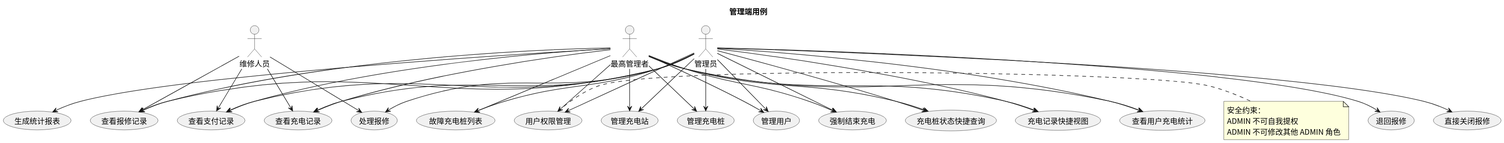
Before: usecase/docs/overview/img/admin_usecases.svg, a diagram exported from PlantUML (greenhandzdl/charging-station-doc).
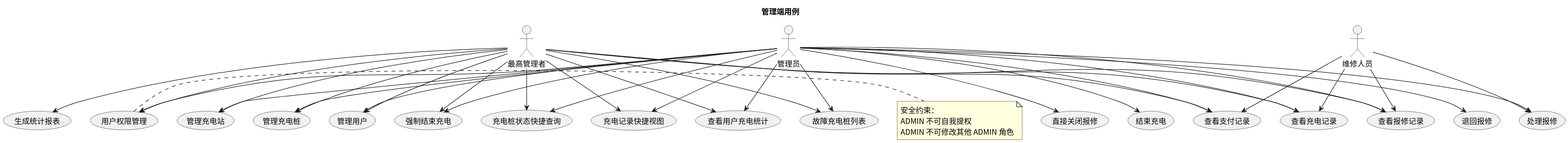
Above is the later version.

What changed in the source:
```diff
@@ -17,6 +17,7 @@
 usecase "直接关闭报修" as DCR
 usecase "查看报修记录" as VR
 usecase "强制结束充电" as FSC
+usecase "结束充电" as EC
 usecase "生成统计报表" as GS
 usecase "充电桩状态快捷查询" as QC
 usecase "充电记录快捷视图" as QV
@@ -34,6 +35,7 @@
 A --> DCR
 A --> VR
 A --> FSC
+A --> EC
 A --> VPR
 A --> QC
 A --> QV
```
